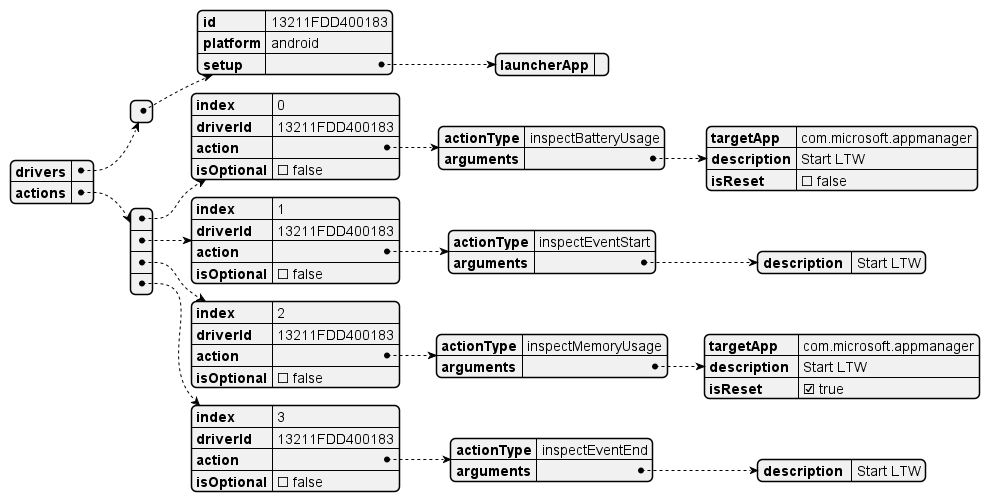
Above: docs/images/UML/taps_to_cases_json_with_performance_test_actions.png in microsoft/HydraLab (PlantUML), before the change.
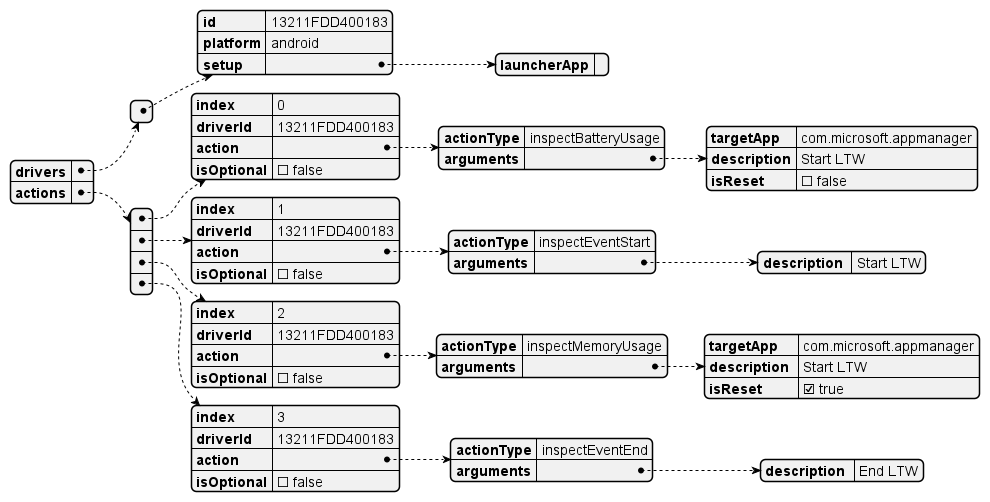
The same diagram one commit later.

Commit message:
Remove deviceIdentifier for event inspections and update UML image

Diff of the diagram source:
```diff
@@ -56,7 +56,7 @@
       "action": {
         "actionType": "inspectEventEnd",
         "arguments": {
-          "description ": "Start LTW"
+          "description ": "End LTW"
         }
       },
       "isOptional": false
```
